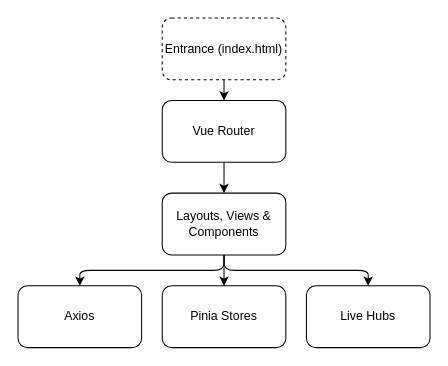
The draw.io diagram Chapters/DocumentedDesignMedia/frontend_architecture_diagram.drawio in HWField/NEAComputerScienceReport-ALevel-, before the edit. Source tidied: cells renumbered, new cells numbered last; positions are measured from the earlier drawing's top-left corner, leaving out a move shared by most shapes. Both pictures are drawn from the tidied source at 103%, with x=0, y=0 at pixel (18, 18).
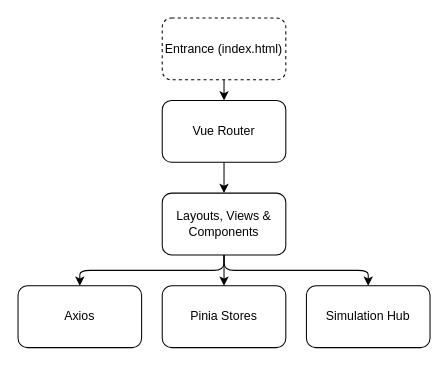
The same page after the edit.

The edit, as a diff of the source:
```diff
@@
 <mxGraphModel>
   <root>
     <mxCell id="0" />
     <mxCell id="1" parent="0" />
     <mxCell id="2" style="edgeStyle=none;html=1;" parent="1" edge="1" source="3" target="5">
       <mxGeometry relative="1" as="geometry" />
     </mxCell>
     <mxCell id="3" value="Entrance (index.html)" style="rounded=1;whiteSpace=wrap;html=1;dashed=1;" parent="1" vertex="1">
       <mxGeometry x="140" width="120" height="60" as="geometry" />
     </mxCell>
     <mxCell id="4" style="edgeStyle=none;html=1;entryX=0.5;entryY=0;entryDx=0;entryDy=0;" parent="1" edge="1" source="5" target="10">
       <mxGeometry relative="1" as="geometry" />
     </mxCell>
     <mxCell id="5" value="Vue Router" style="whiteSpace=wrap;html=1;rounded=1;" parent="1" vertex="1">
       <mxGeometry x="140" y="80" width="120" height="60" as="geometry" />
     </mxCell>
     <mxCell id="6" value="Pinia Stores" style="whiteSpace=wrap;html=1;rounded=1;" parent="1" vertex="1">
       <mxGeometry x="140" y="260" width="120" height="60" as="geometry" />
     </mxCell>
     <mxCell id="7" style="edgeStyle=none;html=1;entryX=0.5;entryY=0;entryDx=0;entryDy=0;" parent="1" edge="1" source="10" target="6">
       <mxGeometry relative="1" as="geometry" />
     </mxCell>
     <mxCell id="8" style="edgeStyle=elbowEdgeStyle;html=1;entryX=0.5;entryY=0;entryDx=0;entryDy=0;elbow=vertical;" parent="1" edge="1" source="10" target="11">
       <mxGeometry relative="1" as="geometry" />
     </mxCell>
     <mxCell id="9" style="edgeStyle=elbowEdgeStyle;html=1;entryX=0.5;entryY=0;entryDx=0;entryDy=0;elbow=vertical;" parent="1" edge="1" source="10" target="12">
       <mxGeometry relative="1" as="geometry" />
     </mxCell>
     <mxCell id="10" value="Layouts, Views &amp;amp; Components" style="whiteSpace=wrap;html=1;rounded=1;" parent="1" vertex="1">
       <mxGeometry x="140" y="170" width="120" height="60" as="geometry" />
     </mxCell>
     <mxCell id="11" value="Axios" style="whiteSpace=wrap;html=1;rounded=1;" parent="1" vertex="1">
       <mxGeometry y="260" width="120" height="60" as="geometry" />
     </mxCell>
-    <mxCell id="12" value="Live Hubs" style="whiteSpace=wrap;html=1;rounded=1;" parent="1" vertex="1">
+    <mxCell id="12" value="Simulation Hub" style="whiteSpace=wrap;html=1;rounded=1;" parent="1" vertex="1">
       <mxGeometry x="280" y="260" width="120" height="60" as="geometry" />
     </mxCell>
   </root>
 </mxGraphModel>
```
